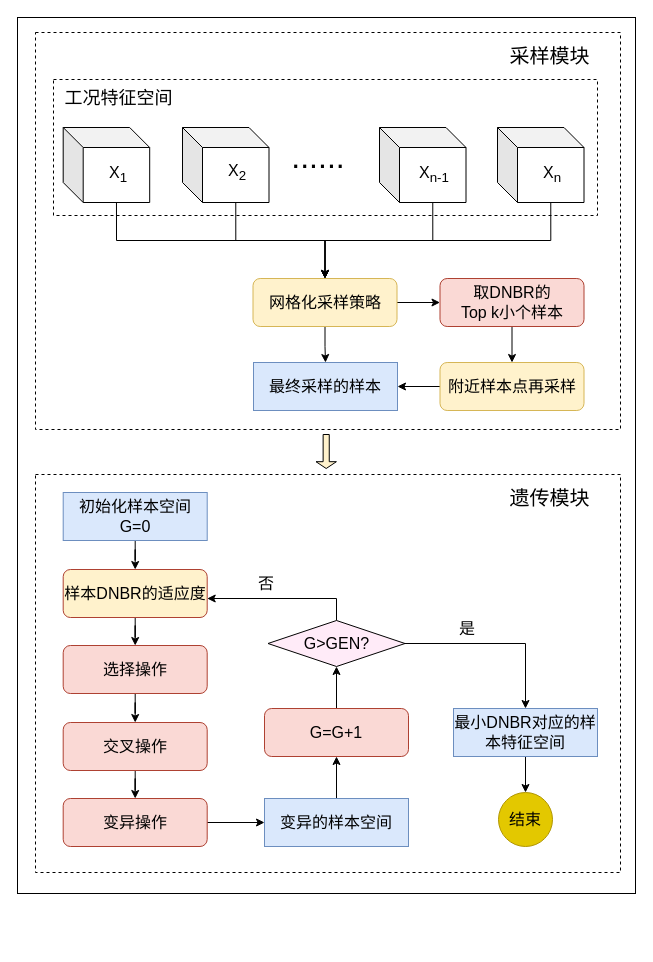
Earlier version of the draw.io diagram 未命名绘图.drawio (ZhangChaoZhong/draw). Source tidied: cells renumbered, new cells numbered last; positions are measured from the earlier drawing's top-left corner, leaving out a move shared by most shapes. Both pictures are drawn from the tidied source at 100%, with x=0, y=0 at pixel (17, 17).
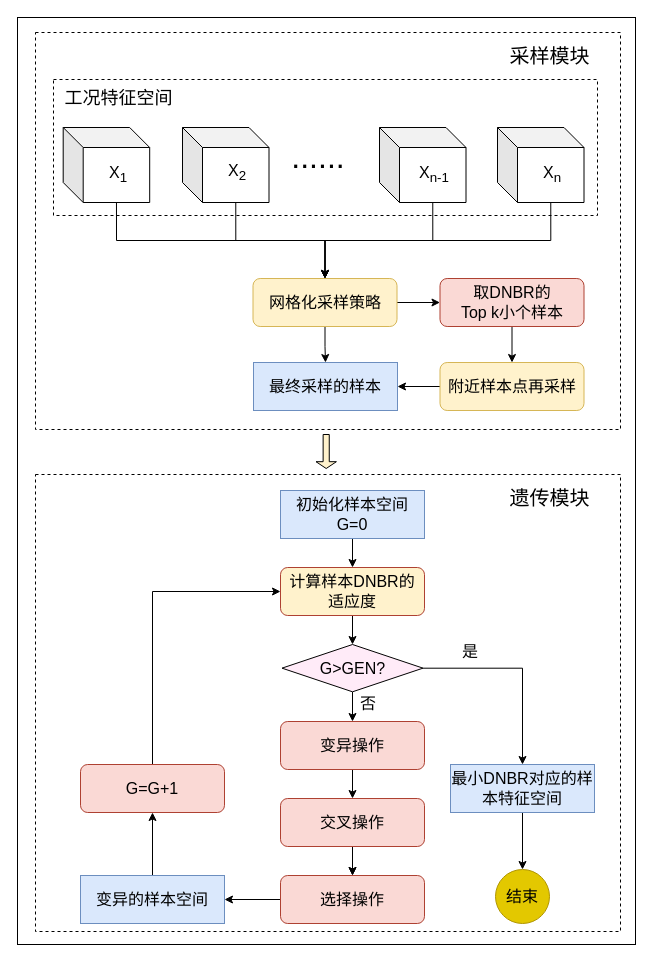
After the change.

Commit message:
更新未命名绘图.drawio

Change to the diagram source:
```diff
@@
     <mxCell id="2" style="rounded=0;whiteSpace=wrap;html=1;" parent="1" vertex="1">
-      <mxGeometry width="618" height="876" as="geometry" />
+      <mxGeometry width="618" height="927" as="geometry" />
     </mxCell>
     <mxCell id="3" style="rounded=0;whiteSpace=wrap;html=1;fontSize=16;dashed=1;" parent="1" vertex="1">
-      <mxGeometry x="18" y="457" width="585" height="398" as="geometry" />
+      <mxGeometry x="18" y="457" width="585" height="457" as="geometry" />
     </mxCell>
@@
-    <mxCell id="32" style="edgeStyle=orthogonalEdgeStyle;rounded=0;jettySize=auto;html=1;fontSize=16;" parent="1" edge="1" source="34" target="36">
-      <mxGeometry relative="1" as="geometry">
-        <Array as="points">
-          <mxPoint x="319" y="581" />
-        </Array>
-      </mxGeometry>
-    </mxCell>
-    <mxCell id="33" style="edgeStyle=orthogonalEdgeStyle;rounded=0;jettySize=auto;html=1;entryX=0.5;entryY=0;entryDx=0;entryDy=0;fontSize=16;" parent="1" edge="1" source="34" target="53">
-      <mxGeometry relative="1" as="geometry" />
-    </mxCell>
-    <mxCell id="34" value="G&amp;gt;GEN?" style="rhombus;whiteSpace=wrap;html=1;fontSize=16;fillColor=#FFEBF8;" parent="1" vertex="1">
-      <mxGeometry x="250.5" y="603" width="137" height="46" as="geometry" />
-    </mxCell>
-    <mxCell id="35" style="edgeStyle=orthogonalEdgeStyle;rounded=0;jettySize=auto;html=1;entryX=0.5;entryY=0;entryDx=0;entryDy=0;" parent="1" edge="1" source="36" target="47">
-      <mxGeometry relative="1" as="geometry" />
-    </mxCell>
+    <mxCell id="57" style="edgeStyle=orthogonalEdgeStyle;rounded=0;jettySize=auto;html=1;entryX=0.5;entryY=0;entryDx=0;entryDy=0;fontSize=16;" parent="1" edge="1" source="36" target="34">
+      <mxGeometry relative="1" as="geometry" />
+    </mxCell>
-    <mxCell id="36" value="样本DNBR的适应度" style="rounded=1;whiteSpace=wrap;html=1;fontSize=16;fillColor=#FFF2CC;strokeColor=#ae4132;" parent="1" vertex="1">
-      <mxGeometry x="45.7" y="552" width="144" height="48" as="geometry" />
+    <mxCell id="36" value="&lt;div&gt;计算样本DNBR的&lt;/div&gt;&lt;div&gt;适应度&lt;/div&gt;" style="rounded=1;whiteSpace=wrap;html=1;fontSize=16;fillColor=#FFF2CC;strokeColor=#ae4132;" parent="1" vertex="1">
+      <mxGeometry x="263" y="550" width="144" height="48" as="geometry" />
     </mxCell>
-    <mxCell id="37" style="edgeStyle=orthogonalEdgeStyle;rounded=0;jettySize=auto;html=1;entryX=0.5;entryY=1;entryDx=0;entryDy=0;" parent="1" edge="1" source="38" target="45">
+    <mxCell id="37" style="edgeStyle=orthogonalEdgeStyle;rounded=0;jettySize=auto;html=1;entryX=0.5;entryY=1;entryDx=0;entryDy=0;fontSize=16;" parent="1" edge="1" source="38" target="45">
       <mxGeometry relative="1" as="geometry" />
     </mxCell>
     <mxCell id="38" value="变异的样本空间" style="rounded=0;whiteSpace=wrap;html=1;fontSize=16;fillColor=#dae8fc;strokeColor=#6c8ebf;" parent="1" vertex="1">
-      <mxGeometry x="247" y="781" width="144" height="48" as="geometry" />
+      <mxGeometry x="63" y="858" width="144" height="48" as="geometry" />
     </mxCell>
@@
     <mxCell id="43" value="&lt;div&gt;初始化样本空间G=0&lt;/div&gt;" style="rounded=0;whiteSpace=wrap;html=1;fontSize=16;fillColor=#dae8fc;strokeColor=#6c8ebf;" parent="1" vertex="1">
-      <mxGeometry x="45.7" y="475" width="144" height="48" as="geometry" />
+      <mxGeometry x="263" y="473" width="144" height="48" as="geometry" />
     </mxCell>
-    <mxCell id="44" style="edgeStyle=orthogonalEdgeStyle;rounded=0;jettySize=auto;html=1;entryX=0.5;entryY=1;entryDx=0;entryDy=0;" parent="1" edge="1" source="45" target="34">
-      <mxGeometry relative="1" as="geometry" />
-    </mxCell>
+    <mxCell id="58" style="edgeStyle=orthogonalEdgeStyle;rounded=0;jettySize=auto;html=1;entryX=0;entryY=0.5;entryDx=0;entryDy=0;fontSize=16;exitX=0.5;exitY=0;exitDx=0;exitDy=0;" parent="1" edge="1" source="45" target="36">
+      <mxGeometry relative="1" as="geometry" />
+    </mxCell>
     <mxCell id="45" value="G=G+1" style="rounded=1;whiteSpace=wrap;html=1;fontSize=16;fillColor=#fad9d5;strokeColor=#ae4132;" parent="1" vertex="1">
-      <mxGeometry x="247" y="691" width="144" height="48" as="geometry" />
+      <mxGeometry x="63" y="747" width="144" height="48" as="geometry" />
     </mxCell>
@@
-    <mxCell id="47" value="选择操作" style="rounded=1;whiteSpace=wrap;html=1;fontSize=16;fillColor=#fad9d5;strokeColor=#ae4132;" parent="1" vertex="1">
-      <mxGeometry x="45.7" y="628" width="144" height="48" as="geometry" />
+    <mxCell id="47" value="变异操作" style="rounded=1;whiteSpace=wrap;html=1;fontSize=16;fillColor=#fad9d5;strokeColor=#ae4132;" parent="1" vertex="1">
+      <mxGeometry x="263" y="704" width="144" height="48" as="geometry" />
     </mxCell>
-    <mxCell id="48" style="edgeStyle=orthogonalEdgeStyle;rounded=0;jettySize=auto;html=1;entryX=0;entryY=0.5;entryDx=0;entryDy=0;" parent="1" edge="1" source="49" target="38">
+    <mxCell id="48" style="edgeStyle=orthogonalEdgeStyle;rounded=0;jettySize=auto;html=1;entryX=1;entryY=0.5;entryDx=0;entryDy=0;fontSize=16;" parent="1" edge="1" source="49" target="38">
       <mxGeometry relative="1" as="geometry" />
     </mxCell>
-    <mxCell id="49" value="变异操作" style="rounded=1;whiteSpace=wrap;html=1;fontSize=16;fillColor=#fad9d5;strokeColor=#ae4132;" parent="1" vertex="1">
-      <mxGeometry x="45.7" y="781" width="144" height="48" as="geometry" />
+    <mxCell id="49" value="选择操作" style="rounded=1;whiteSpace=wrap;html=1;fontSize=16;fillColor=#fad9d5;strokeColor=#ae4132;" parent="1" vertex="1">
+      <mxGeometry x="263" y="858" width="144" height="48" as="geometry" />
     </mxCell>
@@
+    <mxCell id="59" style="edgeStyle=orthogonalEdgeStyle;rounded=0;jettySize=auto;html=1;fontSize=16;" parent="1" edge="1" source="51" target="49">
+      <mxGeometry relative="1" as="geometry" />
+    </mxCell>
     <mxCell id="51" value="交叉操作" style="rounded=1;whiteSpace=wrap;html=1;fontSize=16;fillColor=#fad9d5;strokeColor=#ae4132;" parent="1" vertex="1">
-      <mxGeometry x="45.7" y="705" width="144" height="48" as="geometry" />
+      <mxGeometry x="263" y="781" width="144" height="48" as="geometry" />
     </mxCell>
@@
     <mxCell id="53" value="最小DNBR对应的样本特征空间" style="rounded=0;whiteSpace=wrap;html=1;fontSize=16;fillColor=#dae8fc;strokeColor=#6c8ebf;" parent="1" vertex="1">
-      <mxGeometry x="436" y="691" width="144" height="48" as="geometry" />
+      <mxGeometry x="433" y="747" width="144" height="48" as="geometry" />
     </mxCell>
     <mxCell id="54" value="&lt;font style=&quot;font-size: 16px;&quot;&gt;结束&lt;/font&gt;" style="ellipse;whiteSpace=wrap;html=1;fontSize=16;fillColor=#e3c800;fontColor=#000000;strokeColor=#B09500;" parent="1" vertex="1">
-      <mxGeometry x="481" y="775" width="54" height="54" as="geometry" />
+      <mxGeometry x="478" y="852" width="54" height="54" as="geometry" />
     </mxCell>
     <mxCell id="55" value="是" style="text;html=1;strokeColor=none;fillColor=none;align=center;verticalAlign=middle;whiteSpace=wrap;rounded=0;fontSize=16;" parent="1" vertex="1">
-      <mxGeometry x="420" y="596" width="60" height="30" as="geometry" />
+      <mxGeometry x="422.5" y="619" width="60" height="30" as="geometry" />
     </mxCell>
     <mxCell id="56" value="否" style="text;html=1;strokeColor=none;fillColor=none;align=center;verticalAlign=middle;whiteSpace=wrap;rounded=0;fontSize=16;" parent="1" vertex="1">
-      <mxGeometry x="219" y="551" width="60" height="30" as="geometry" />
+      <mxGeometry x="321" y="670.5" width="60" height="30" as="geometry" />
     </mxCell>
+    <mxCell id="60" style="edgeStyle=orthogonalEdgeStyle;rounded=0;jettySize=auto;html=1;entryX=0.5;entryY=0;entryDx=0;entryDy=0;fontSize=16;" parent="1" edge="1" source="34" target="47">
+      <mxGeometry relative="1" as="geometry" />
+    </mxCell>
+    <mxCell id="33" style="edgeStyle=orthogonalEdgeStyle;rounded=0;jettySize=auto;html=1;entryX=0.5;entryY=0;entryDx=0;entryDy=0;fontSize=16;" parent="1" edge="1" source="34" target="53">
+      <mxGeometry relative="1" as="geometry" />
+    </mxCell>
+    <mxCell id="34" value="G&amp;gt;GEN?" style="rhombus;whiteSpace=wrap;html=1;fontSize=16;fillColor=#FFEBF8;" parent="1" vertex="1">
+      <mxGeometry x="264.5" y="627" width="141" height="47.3" as="geometry" />
+    </mxCell>
```
